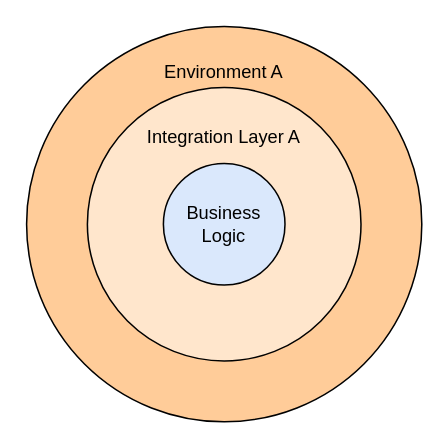
The draw.io diagram article_02/Untitled Diagram.drawio in StefanSchade/blog-operational-requirements-diagrams, before the edit. Source tidied: cells renumbered, new cells numbered last; positions are measured from the earlier drawing's top-left corner, leaving out a move shared by most shapes. Both pictures are drawn from the tidied source at 152%, with x=0, y=0 at pixel (26, 26).
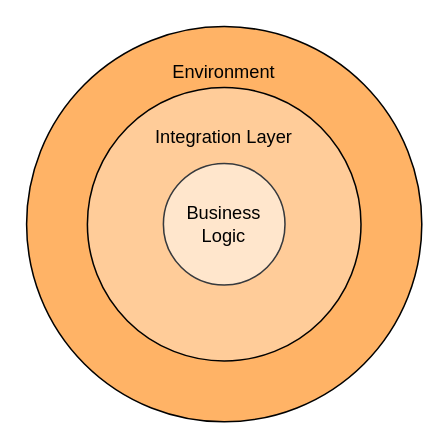
Above is the later version.

The edit, as a diff of the source:
```diff
@@
 <mxGraphModel>
   <root>
     <mxCell id="0" />
     <mxCell id="1" parent="0" />
-    <mxCell id="2" value="Environment A&lt;br&gt;&lt;br&gt;&lt;br&gt;&lt;br&gt;&lt;br&gt;&lt;br&gt;&lt;br&gt;&lt;br&gt;&lt;br&gt;&lt;br&gt;&lt;br&gt;&lt;br&gt;&lt;br&gt;&lt;br&gt;&lt;br&gt;" style="ellipse;whiteSpace=wrap;html=1;shadow=0;fillColor=#FFCC99;strokeColor=default;gradientColor=none;" parent="1" vertex="1">
+    <mxCell id="2" value="Environment&lt;br&gt;&lt;br&gt;&lt;br&gt;&lt;br&gt;&lt;br&gt;&lt;br&gt;&lt;br&gt;&lt;br&gt;&lt;br&gt;&lt;br&gt;&lt;br&gt;&lt;br&gt;&lt;br&gt;&lt;br&gt;&lt;br&gt;" style="ellipse;whiteSpace=wrap;html=1;shadow=0;fillColor=#FFB366;strokeColor=default;gradientColor=none;" parent="1" vertex="1">
       <mxGeometry width="260" height="260" as="geometry" />
     </mxCell>
-    <mxCell id="3" value="Integration Layer A&lt;br&gt;&lt;br&gt;&lt;br&gt;&lt;br&gt;&lt;br&gt;&lt;br&gt;&lt;br&gt;&lt;div&gt;&lt;br&gt;&lt;/div&gt;&lt;div&gt;&lt;br&gt;&lt;/div&gt;" style="ellipse;whiteSpace=wrap;html=1;shadow=0;fillColor=#FFE6CC;strokeColor=default;align=center;" parent="1" vertex="1">
+    <mxCell id="3" value="Integration Layer&lt;br&gt;&lt;br&gt;&lt;br&gt;&lt;br&gt;&lt;br&gt;&lt;br&gt;&lt;br&gt;&lt;div&gt;&lt;br&gt;&lt;/div&gt;&lt;div&gt;&lt;br&gt;&lt;/div&gt;" style="ellipse;whiteSpace=wrap;html=1;shadow=0;fillColor=#FFCC99;strokeColor=default;align=center;" parent="1" vertex="1">
       <mxGeometry x="40" y="40" width="180" height="180" as="geometry" />
     </mxCell>
-    <mxCell id="4" value="Business&lt;br&gt;Logic" style="ellipse;whiteSpace=wrap;html=1;fillColor=#dae8fc;strokeColor=default;" parent="1" vertex="1">
+    <mxCell id="4" value="Business&lt;br&gt;Logic" style="ellipse;whiteSpace=wrap;html=1;fillColor=#FFE6CC;strokeColor=#36393d;" parent="1" vertex="1">
       <mxGeometry x="90" y="90" width="80" height="80" as="geometry" />
     </mxCell>
   </root>
 </mxGraphModel>
```
